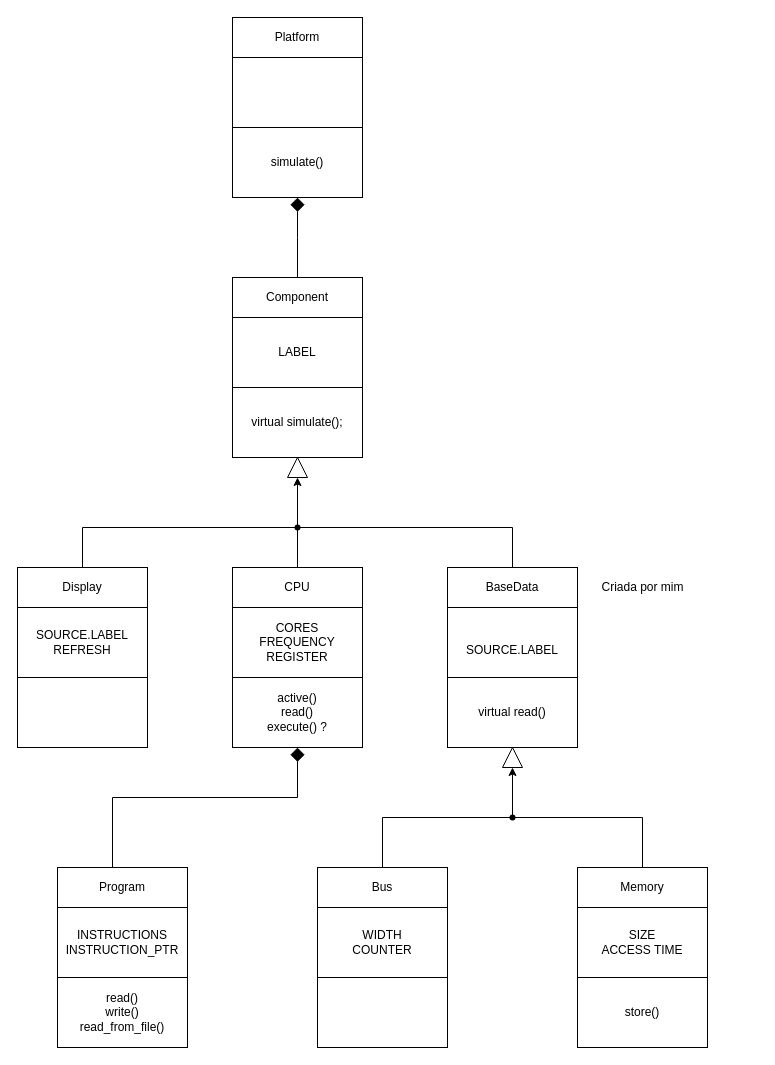
This is docs/Subject-HW_Simulator.drawio from FernandoWelzel/oop-project, a draw.io file, before an edit. Source tidied: cells renumbered, new cells numbered last; positions are measured from the earlier drawing's top-left corner, leaving out a move shared by most shapes. Both pictures are drawn from the tidied source at 100%, with x=0, y=0 at pixel (17, 17).
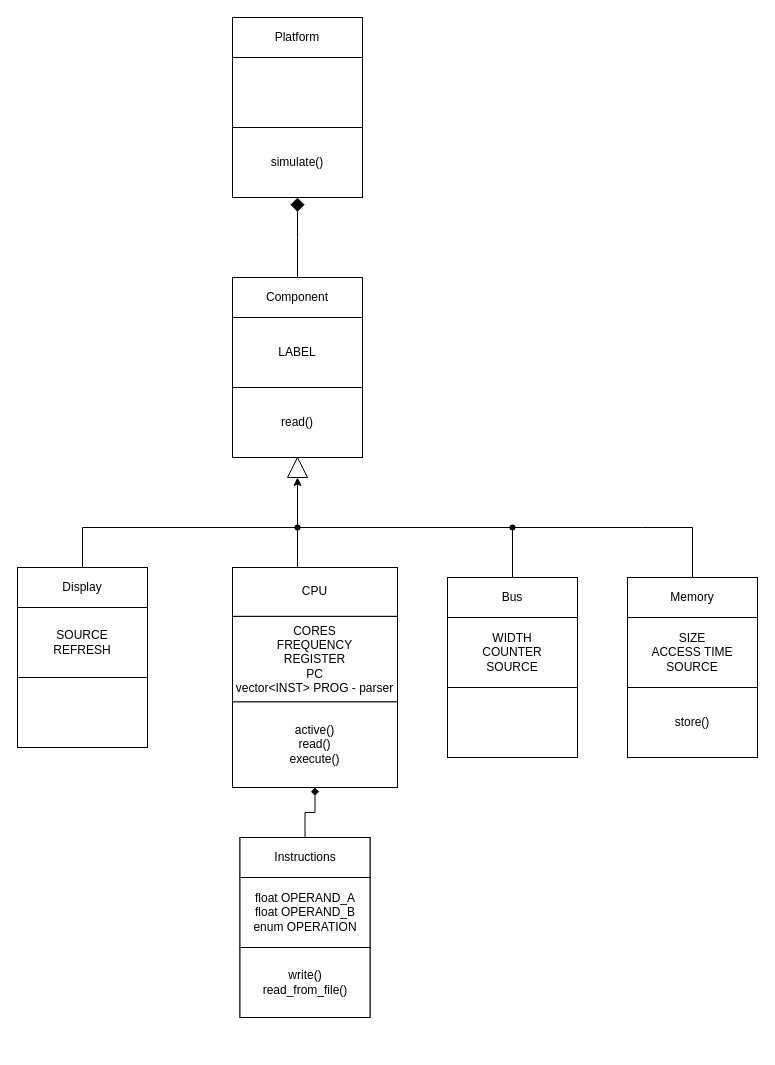
The same page after the edit.

The change refers to these unchanged cells:
```xml
<mxCell id="7" value="Component" style="rounded=0;whiteSpace=wrap;html=1;" parent="1" vertex="1">
  <mxGeometry x="215" y="260" width="130" height="40" as="geometry" />
</mxCell>
<mxCell id="29" style="shape=waypoint;sketch=0;fillStyle=solid;size=6;points=[];fillColor=none;perimeter=centerPerimeter;snapToPoint=1;" parent="1" vertex="1">
  <mxGeometry x="270" y="500" width="20" height="20" as="geometry" />
</mxCell>
<mxCell id="40" value="simulate()" style="rounded=0;whiteSpace=wrap;html=1;" parent="1" vertex="1">
  <mxGeometry x="215" y="110" width="130" height="70" as="geometry" />
</mxCell>
```

Change to the diagram source:
```diff
@@
-    <mxCell id="2" style="rounded=0;whiteSpace=wrap;html=1;" parent="1" vertex="1">
-      <mxGeometry x="215" y="550" width="130" height="180" as="geometry" />
-    </mxCell>
-    <mxCell id="3" value="CPU" style="rounded=0;whiteSpace=wrap;html=1;" parent="1" vertex="1">
-      <mxGeometry x="215" y="550" width="130" height="40" as="geometry" />
-    </mxCell>
-    <mxCell id="4" value="CORES&lt;br&gt;FREQUENCY&lt;br&gt;REGISTER" style="rounded=0;whiteSpace=wrap;html=1;" parent="1" vertex="1">
-      <mxGeometry x="215" y="590" width="130" height="70" as="geometry" />
-    </mxCell>
-    <mxCell id="5" value="active()&lt;br&gt;read()&lt;br&gt;execute() ?" style="rounded=0;whiteSpace=wrap;html=1;" parent="1" vertex="1">
-      <mxGeometry x="215" y="660" width="130" height="70" as="geometry" />
-    </mxCell>
@@
-    <mxCell id="9" value="virtual simulate();" style="rounded=0;whiteSpace=wrap;html=1;" parent="1" vertex="1">
+    <mxCell id="9" value="read()" style="rounded=0;whiteSpace=wrap;html=1;" parent="1" vertex="1">
       <mxGeometry x="215" y="370" width="130" height="70" as="geometry" />
     </mxCell>
@@
     <mxCell id="11" style="rounded=0;whiteSpace=wrap;html=1;" parent="1" vertex="1">
-      <mxGeometry x="300" y="850" width="130" height="180" as="geometry" />
+      <mxGeometry x="430" y="560" width="130" height="180" as="geometry" />
     </mxCell>
     <mxCell id="12" value="Bus" style="rounded=0;whiteSpace=wrap;html=1;" parent="1" vertex="1">
-      <mxGeometry x="300" y="850" width="130" height="40" as="geometry" />
+      <mxGeometry x="430" y="560" width="130" height="40" as="geometry" />
     </mxCell>
-    <mxCell id="13" value="WIDTH&lt;br&gt;COUNTER" style="rounded=0;whiteSpace=wrap;html=1;" parent="1" vertex="1">
-      <mxGeometry x="300" y="890" width="130" height="70" as="geometry" />
+    <mxCell id="13" value="WIDTH&lt;br&gt;COUNTER&lt;br&gt;SOURCE" style="rounded=0;whiteSpace=wrap;html=1;" parent="1" vertex="1">
+      <mxGeometry x="430" y="600" width="130" height="70" as="geometry" />
     </mxCell>
     <mxCell id="14" style="rounded=0;whiteSpace=wrap;html=1;" parent="1" vertex="1">
-      <mxGeometry x="300" y="960" width="130" height="70" as="geometry" />
+      <mxGeometry x="430" y="670" width="130" height="70" as="geometry" />
     </mxCell>
     <mxCell id="15" style="rounded=0;whiteSpace=wrap;html=1;" parent="1" vertex="1">
-      <mxGeometry x="560" y="850" width="130" height="180" as="geometry" />
+      <mxGeometry x="610" y="560" width="130" height="180" as="geometry" />
     </mxCell>
     <mxCell id="16" value="Memory" style="rounded=0;whiteSpace=wrap;html=1;" parent="1" vertex="1">
-      <mxGeometry x="560" y="850" width="130" height="40" as="geometry" />
+      <mxGeometry x="610" y="560" width="130" height="40" as="geometry" />
     </mxCell>
-    <mxCell id="17" value="SIZE&lt;br&gt;ACCESS TIME&lt;br&gt;" style="rounded=0;whiteSpace=wrap;html=1;" parent="1" vertex="1">
-      <mxGeometry x="560" y="890" width="130" height="70" as="geometry" />
+    <mxCell id="17" value="SIZE&lt;br&gt;ACCESS TIME&lt;br&gt;SOURCE" style="rounded=0;whiteSpace=wrap;html=1;" parent="1" vertex="1">
+      <mxGeometry x="610" y="600" width="130" height="70" as="geometry" />
     </mxCell>
     <mxCell id="18" value="store()" style="rounded=0;whiteSpace=wrap;html=1;" parent="1" vertex="1">
-      <mxGeometry x="560" y="960" width="130" height="70" as="geometry" />
+      <mxGeometry x="610" y="670" width="130" height="70" as="geometry" />
     </mxCell>
-    <mxCell id="19" style="rounded=0;whiteSpace=wrap;html=1;" parent="1" vertex="1">
-      <mxGeometry x="430" y="550" width="130" height="180" as="geometry" />
-    </mxCell>
-    <mxCell id="20" value="BaseData" style="rounded=0;whiteSpace=wrap;html=1;" parent="1" vertex="1">
-      <mxGeometry x="430" y="550" width="130" height="40" as="geometry" />
-    </mxCell>
-    <mxCell id="21" value="&lt;br&gt;SOURCE.LABEL" style="rounded=0;whiteSpace=wrap;html=1;" parent="1" vertex="1">
-      <mxGeometry x="430" y="590" width="130" height="70" as="geometry" />
-    </mxCell>
-    <mxCell id="22" value="virtual read()" style="rounded=0;whiteSpace=wrap;html=1;" parent="1" vertex="1">
-      <mxGeometry x="430" y="660" width="130" height="70" as="geometry" />
-    </mxCell>
-    <mxCell id="23" style="triangle;whiteSpace=wrap;html=1;rotation=-90;" parent="1" vertex="1">
-      <mxGeometry x="485" y="730" width="20" height="20" as="geometry" />
-    </mxCell>
-    <mxCell id="24" style="edgeStyle=orthogonalEdgeStyle;rounded=0;jettySize=auto;html=1;entryX=0;entryY=0.5;entryDx=0;entryDy=0;" parent="1" edge="1" source="25" target="23">
-      <mxGeometry relative="1" as="geometry" />
-    </mxCell>
     <mxCell id="25" style="shape=waypoint;sketch=0;fillStyle=solid;size=6;points=[];fillColor=none;perimeter=centerPerimeter;snapToPoint=1;" parent="1" vertex="1">
-      <mxGeometry x="485" y="790" width="20" height="20" as="geometry" />
+      <mxGeometry x="485" y="500" width="20" height="20" as="geometry" />
     </mxCell>
-    <mxCell id="26" style="endArrow=none;html=1;rounded=0;edgeStyle=orthogonalEdgeStyle;exitX=0.5;exitY=0;exitDx=0;exitDy=0;" parent="1" edge="1" source="12" target="25">
+    <mxCell id="26" style="endArrow=none;html=1;rounded=0;edgeStyle=orthogonalEdgeStyle;exitX=0.5;exitY=0;exitDx=0;exitDy=0;" parent="1" edge="1" source="12">
       <mxGeometry relative="1" as="geometry">
+        <mxPoint x="625" y="510" as="targetPoint" />
         <Array as="points">
-          <mxPoint x="365" y="800" />
+          <mxPoint x="495" y="510" />
         </Array>
       </mxGeometry>
     </mxCell>
-    <mxCell id="27" style="endArrow=none;html=1;rounded=0;edgeStyle=orthogonalEdgeStyle;exitX=0.5;exitY=0;exitDx=0;exitDy=0;entryX=1.097;entryY=0.605;entryDx=0;entryDy=0;entryPerimeter=0;" parent="1" edge="1" source="16" target="25">
+    <mxCell id="27" style="endArrow=none;html=1;rounded=0;edgeStyle=orthogonalEdgeStyle;exitX=0.5;exitY=0;exitDx=0;exitDy=0;entryX=1.097;entryY=0.605;entryDx=0;entryDy=0;entryPerimeter=0;" parent="1" edge="1" source="16">
       <mxGeometry relative="1" as="geometry">
+        <mxPoint x="625" y="510" as="targetPoint" />
         <Array as="points">
-          <mxPoint x="625" y="800" />
+          <mxPoint x="675" y="510" />
         </Array>
       </mxGeometry>
     </mxCell>
@@
-    <mxCell id="30" style="endArrow=none;html=1;rounded=0;edgeStyle=orthogonalEdgeStyle;exitX=0.971;exitY=0.657;exitDx=0;exitDy=0;exitPerimeter=0;entryX=0.5;entryY=0;entryDx=0;entryDy=0;" parent="1" edge="1" source="29" target="20">
+    <mxCell id="30" style="endArrow=none;html=1;rounded=0;edgeStyle=orthogonalEdgeStyle;exitX=0.971;exitY=0.657;exitDx=0;exitDy=0;exitPerimeter=0;entryX=0.364;entryY=0.64;entryDx=0;entryDy=0;entryPerimeter=0;" parent="1" edge="1" source="29" target="25">
       <mxGeometry relative="1" as="geometry">
         <Array as="points">
           <mxPoint x="495" y="510" />
         </Array>
       </mxGeometry>
     </mxCell>
@@
-    <mxCell id="34" value="SOURCE.LABEL&lt;br&gt;REFRESH&lt;br&gt;" style="rounded=0;whiteSpace=wrap;html=1;" parent="1" vertex="1">
+    <mxCell id="34" value="SOURCE&lt;br&gt;REFRESH" style="rounded=0;whiteSpace=wrap;html=1;" parent="1" vertex="1">
       <mxGeometry y="590" width="130" height="70" as="geometry" />
     </mxCell>
@@
-    <mxCell id="41" value="Criada por mim" style="text;html=1;align=center;verticalAlign=middle;strokeColor=none;fillColor=none;" parent="1" vertex="1">
-      <mxGeometry x="570" y="555" width="110" height="30" as="geometry" />
-    </mxCell>
     <mxCell id="42" style="group;" parent="1" vertex="1">
-      <mxGeometry x="40" y="850" width="130" height="180" as="geometry" />
+      <mxGeometry x="222.5" y="820" width="130" height="180" as="geometry" />
     </mxCell>
@@
-    <mxCell id="44" value="Program" style="rounded=0;whiteSpace=wrap;html=1;" parent="42" vertex="1">
+    <mxCell id="44" value="Instructions" style="rounded=0;whiteSpace=wrap;html=1;" parent="42" vertex="1">
       <mxGeometry width="130" height="40" as="geometry" />
     </mxCell>
-    <mxCell id="45" value="INSTRUCTIONS&lt;br&gt;INSTRUCTION_PTR" style="rounded=0;whiteSpace=wrap;html=1;" parent="42" vertex="1">
+    <mxCell id="45" value="float OPERAND_A&lt;br&gt;float OPERAND_B&lt;br&gt;enum OPERATION" style="rounded=0;whiteSpace=wrap;html=1;" parent="42" vertex="1">
       <mxGeometry y="40" width="130" height="70" as="geometry" />
     </mxCell>
-    <mxCell id="46" value="read()&lt;br&gt;write()&lt;br&gt;read_from_file()" style="rounded=0;whiteSpace=wrap;html=1;" parent="42" vertex="1">
+    <mxCell id="46" value="write()&lt;br&gt;read_from_file()" style="rounded=0;whiteSpace=wrap;html=1;" parent="42" vertex="1">
       <mxGeometry y="110" width="130" height="70" as="geometry" />
     </mxCell>
+    <mxCell id="48" style="edgeStyle=orthogonalEdgeStyle;rounded=0;jettySize=auto;html=1;entryX=0.5;entryY=1;entryDx=0;entryDy=0;endArrow=diamond;endFill=1;endSize=12;exitX=0.5;exitY=0;exitDx=0;exitDy=0;" parent="1" edge="1" source="7" target="40">
+      <mxGeometry relative="1" as="geometry">
+        <Array as="points">
+          <mxPoint x="280" y="220" />
+          <mxPoint x="280" y="220" />
+        </Array>
+      </mxGeometry>
+    </mxCell>
+    <mxCell id="49" style="group;" parent="1" vertex="1">
+      <mxGeometry x="215" y="550" width="165" height="220" as="geometry" />
+    </mxCell>
+    <mxCell id="2" style="rounded=0;whiteSpace=wrap;html=1;" parent="49" vertex="1">
+      <mxGeometry width="165" height="220" as="geometry" />
+    </mxCell>
+    <mxCell id="3" value="CPU" style="rounded=0;whiteSpace=wrap;html=1;" parent="49" vertex="1">
+      <mxGeometry width="165" height="48.9" as="geometry" />
+    </mxCell>
+    <mxCell id="4" value="CORES&lt;br&gt;FREQUENCY&lt;br&gt;REGISTER&lt;br&gt;PC&lt;br&gt;vector&amp;lt;INST&amp;gt; PROG - parser" style="rounded=0;whiteSpace=wrap;html=1;" parent="49" vertex="1">
+      <mxGeometry y="48.9" width="165" height="85.6" as="geometry" />
+    </mxCell>
+    <mxCell id="5" value="active()&lt;br&gt;read()&lt;br&gt;execute()" style="rounded=0;whiteSpace=wrap;html=1;" parent="49" vertex="1">
+      <mxGeometry y="134.4" width="165" height="85.6" as="geometry" />
+    </mxCell>
-    <mxCell id="47" style="edgeStyle=orthogonalEdgeStyle;rounded=0;jettySize=auto;html=1;entryX=0.5;entryY=1;entryDx=0;entryDy=0;endArrow=diamond;endFill=1;endSize=12;" parent="1" edge="1" source="44" target="5">
-      <mxGeometry relative="1" as="geometry">
-        <Array as="points">
-          <mxPoint x="95" y="780" />
-          <mxPoint x="280" y="780" />
-        </Array>
-      </mxGeometry>
+    <mxCell id="47" style="edgeStyle=orthogonalEdgeStyle;rounded=0;jettySize=auto;html=1;entryX=0.5;entryY=1;entryDx=0;entryDy=0;endArrow=diamond;endFill=1;" parent="1" edge="1" source="44" target="5">
+      <mxGeometry relative="1" as="geometry" />
     </mxCell>
-    <mxCell id="48" style="edgeStyle=orthogonalEdgeStyle;rounded=0;jettySize=auto;html=1;entryX=0.5;entryY=1;entryDx=0;entryDy=0;endArrow=diamond;endFill=1;endSize=12;exitX=0.5;exitY=0;exitDx=0;exitDy=0;" parent="1" edge="1" source="7" target="40">
-      <mxGeometry relative="1" as="geometry">
-        <Array as="points">
-          <mxPoint x="280" y="220" />
-          <mxPoint x="280" y="220" />
-        </Array>
-      </mxGeometry>
-    </mxCell>
```
